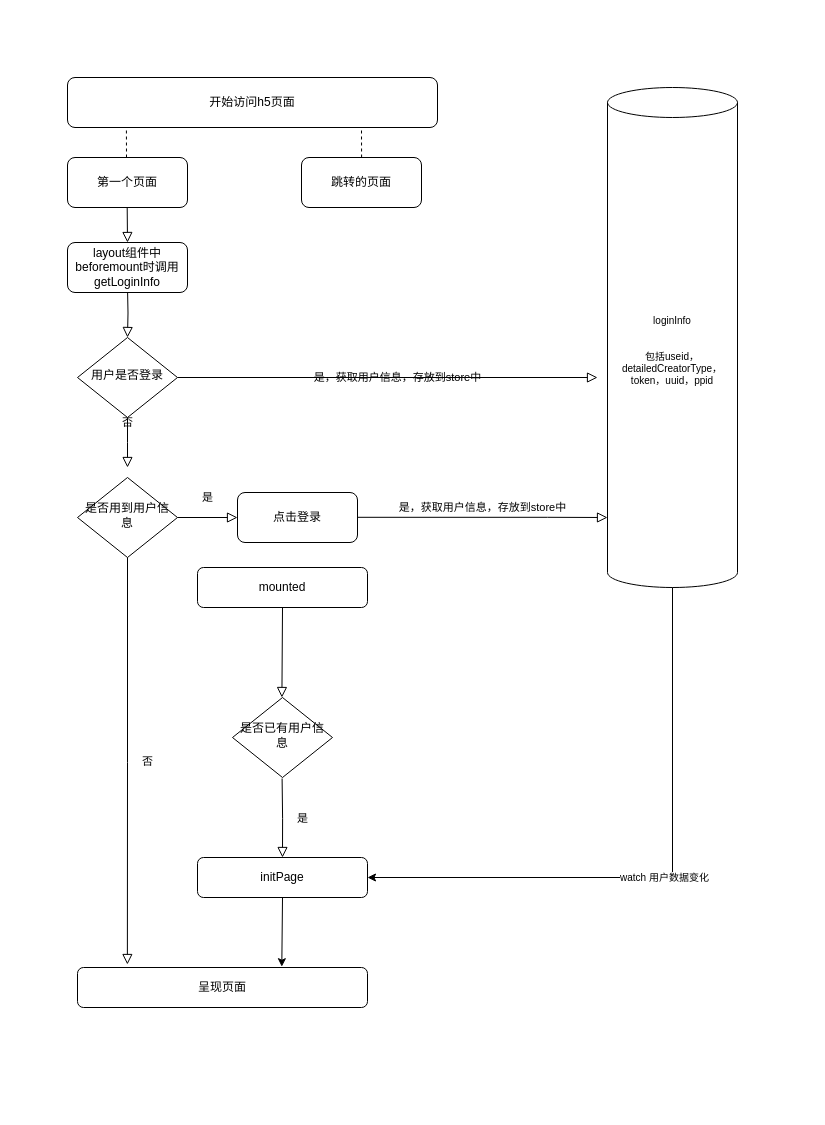
The draw.io diagram 用户信息获取1.0.drawio in pipu11qiao/online-graph, before the edit. Source tidied: cells renumbered, new cells numbered last; positions are measured from the earlier drawing's top-left corner, leaving out a move shared by most shapes. Both pictures are drawn from the tidied source at 100%, with x=0, y=0 at pixel (67, 77).
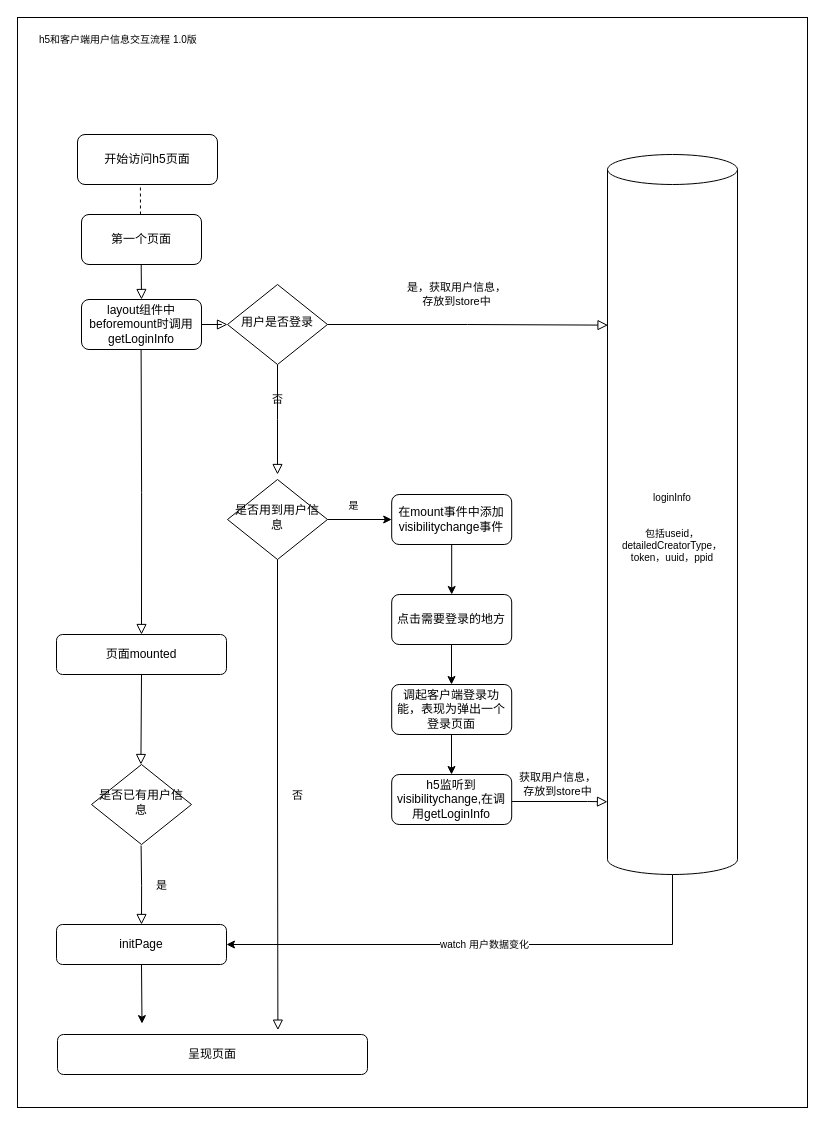
Above is the later version.

Commit message (it also covers changes not shown here):
更新用户信息获取1.0.drawio

Change to the diagram source:
```diff
@@
+    <mxCell id="27" value="h5和客户端用户信息交互流程 1.0版" style="rounded=0;whiteSpace=wrap;html=1;fontSize=10;align=left;verticalAlign=top;spacingTop=10;spacingLeft=20;" parent="1" vertex="1">
+      <mxGeometry x="-50" y="-60" width="790" height="1090" as="geometry" />
+    </mxCell>
-    <mxCell id="2" style="rounded=0;html=1;jettySize=auto;fontSize=11;endArrow=block;endFill=0;endSize=8;strokeWidth=1;shadow=0;labelBackgroundColor=none;edgeStyle=orthogonalEdgeStyle;" parent="1" edge="1" target="5">
-      <mxGeometry relative="1" as="geometry">
-        <mxPoint x="60" y="210" as="sourcePoint" />
-      </mxGeometry>
+    <mxCell id="2" style="rounded=0;html=1;jettySize=auto;fontSize=11;endArrow=block;endFill=0;endSize=8;strokeWidth=1;shadow=0;labelBackgroundColor=none;edgeStyle=orthogonalEdgeStyle;exitX=1;exitY=0.5;exitDx=0;exitDy=0;" parent="1" edge="1" source="13" target="5">
+      <mxGeometry relative="1" as="geometry" />
     </mxCell>
-    <mxCell id="3" value="否" style="rounded=0;html=1;jettySize=auto;fontSize=11;endArrow=block;endFill=0;endSize=8;strokeWidth=1;shadow=0;labelBackgroundColor=none;edgeStyle=orthogonalEdgeStyle;" parent="1" edge="1" source="5">
+    <mxCell id="3" value="否" style="rounded=0;html=1;jettySize=auto;fontSize=11;endArrow=block;endFill=0;endSize=8;strokeWidth=1;shadow=0;labelBackgroundColor=none;edgeStyle=orthogonalEdgeStyle;exitX=0.5;exitY=1;exitDx=0;exitDy=0;" parent="1" edge="1" source="5">
       <mxGeometry y="20" relative="1" as="geometry">
-        <mxPoint x="60" y="390" as="targetPoint" />
+        <mxPoint x="210" y="397" as="targetPoint" />
       </mxGeometry>
     </mxCell>
-    <mxCell id="4" value="是，获取用户信息，存放到store中" style="edgeStyle=orthogonalEdgeStyle;rounded=0;html=1;jettySize=auto;fontSize=11;endArrow=block;endFill=0;endSize=8;strokeWidth=1;shadow=0;labelBackgroundColor=none;" parent="1" edge="1" source="5">
-      <mxGeometry y="10" relative="1" as="geometry">
-        <mxPoint x="530" y="300" as="targetPoint" />
-      </mxGeometry>
+    <mxCell id="4" value="是，获取用户信息，&lt;br&gt;存放到store中" style="edgeStyle=orthogonalEdgeStyle;rounded=0;html=1;jettySize=auto;fontSize=11;endArrow=block;endFill=0;endSize=8;strokeWidth=1;shadow=0;labelBackgroundColor=none;entryX=0.004;entryY=0.237;entryDx=0;entryDy=0;entryPerimeter=0;" parent="1" edge="1" source="5" target="10">
+      <mxGeometry x="-0.08" y="30" relative="1" as="geometry" />
     </mxCell>
     <mxCell id="5" value="用户是否登录" style="rhombus;whiteSpace=wrap;html=1;shadow=0;fontFamily=Helvetica;fontSize=12;align=center;strokeWidth=1;spacing=6;spacingTop=-4;" parent="1" vertex="1">
-      <mxGeometry x="10" y="260" width="100" height="80" as="geometry" />
+      <mxGeometry x="160" y="207" width="100" height="80" as="geometry" />
     </mxCell>
     <mxCell id="6" value="initPage" style="rounded=1;whiteSpace=wrap;html=1;fontSize=12;glass=0;strokeWidth=1;shadow=0;" parent="1" vertex="1">
-      <mxGeometry x="130" y="780" width="170" height="40" as="geometry" />
+      <mxGeometry x="-11" y="847" width="170" height="40" as="geometry" />
     </mxCell>
     <mxCell id="7" value="第一个页面" style="rounded=1;whiteSpace=wrap;html=1;" parent="1" vertex="1">
-      <mxGeometry y="80" width="120" height="50" as="geometry" />
+      <mxGeometry x="14" y="137" width="120" height="50" as="geometry" />
     </mxCell>
     <mxCell id="8" value="开始访问h5页面" style="rounded=1;whiteSpace=wrap;html=1;" parent="1" vertex="1">
-      <mxGeometry width="370" height="50" as="geometry" />
+      <mxGeometry x="10" y="57" width="140" height="50" as="geometry" />
     </mxCell>
-    <mxCell id="9" value="跳转的页面" style="rounded=1;whiteSpace=wrap;html=1;" parent="1" vertex="1">
-      <mxGeometry x="234" y="80" width="120" height="50" as="geometry" />
-    </mxCell>
     <mxCell id="10" value="loginInfo&#10;&#10;&#10;包括useid，detailedCreatorType，token，uuid，ppid" style="shape=cylinder3;boundedLbl=1;backgroundOutline=1;size=15;whiteSpace=wrap;fontSize=10;" parent="1" vertex="1">
-      <mxGeometry x="540" y="10" width="130" height="500" as="geometry" />
+      <mxGeometry x="540" y="77" width="130" height="720" as="geometry" />
     </mxCell>
     <mxCell id="11" style="endArrow=none;dashed=1;html=1;rounded=0;entryX=0.161;entryY=1;entryDx=0;entryDy=0;entryPerimeter=0;exitX=0.417;exitY=0;exitDx=0;exitDy=0;exitPerimeter=0;" parent="1" edge="1">
       <mxGeometry relative="1" as="geometry">
-        <mxPoint x="59" y="80" as="sourcePoint" />
-        <mxPoint x="58.9" y="50" as="targetPoint" />
+        <mxPoint x="73" y="137" as="sourcePoint" />
+        <mxPoint x="72.9" y="107" as="targetPoint" />
       </mxGeometry>
     </mxCell>
-    <mxCell id="12" style="endArrow=none;dashed=1;html=1;rounded=0;entryX=0.161;entryY=1;entryDx=0;entryDy=0;entryPerimeter=0;exitX=0.417;exitY=0;exitDx=0;exitDy=0;exitPerimeter=0;" parent="1" edge="1">
-      <mxGeometry relative="1" as="geometry">
-        <mxPoint x="294.1" y="80" as="sourcePoint" />
-        <mxPoint x="294" y="50" as="targetPoint" />
-      </mxGeometry>
-    </mxCell>
     <mxCell id="13" value="layout组件中beforemount时调用getLoginInfo" style="rounded=1;whiteSpace=wrap;html=1;" parent="1" vertex="1">
-      <mxGeometry y="165" width="120" height="50" as="geometry" />
+      <mxGeometry x="14" y="222" width="120" height="50" as="geometry" />
     </mxCell>
     <mxCell id="14" style="rounded=0;html=1;jettySize=auto;fontSize=11;endArrow=block;endFill=0;endSize=8;strokeWidth=1;shadow=0;labelBackgroundColor=none;edgeStyle=orthogonalEdgeStyle;entryX=0.5;entryY=0;entryDx=0;entryDy=0;" parent="1" edge="1" target="13">
       <mxGeometry relative="1" as="geometry">
-        <mxPoint x="59.7" y="130" as="sourcePoint" />
+        <mxPoint x="73.7" y="187" as="sourcePoint" />
       </mxGeometry>
     </mxCell>
     <mxCell id="15" value="watch 用户数据变化" style="endArrow=classic;html=1;rounded=0;fontSize=10;exitX=0.5;exitY=1;exitDx=0;exitDy=0;exitPerimeter=0;entryX=1;entryY=0.5;entryDx=0;entryDy=0;" parent="1" edge="1" source="10" target="6">
       <mxGeometry relative="1" as="geometry">
         <Array as="points">
-          <mxPoint x="605" y="800" />
+          <mxPoint x="605" y="867" />
         </Array>
       </mxGeometry>
     </mxCell>
     <mxCell id="16" value="呈现页面" style="rounded=1;whiteSpace=wrap;html=1;fontSize=12;glass=0;strokeWidth=1;shadow=0;" parent="1" vertex="1">
-      <mxGeometry x="10" y="890" width="290" height="40" as="geometry" />
+      <mxGeometry x="-10" y="957" width="310" height="40" as="geometry" />
     </mxCell>
-    <mxCell id="17" style="endArrow=classic;html=1;rounded=0;fontSize=10;exitX=0.5;exitY=1;exitDx=0;exitDy=0;entryX=0.291;entryY=-0.019;entryDx=0;entryDy=0;entryPerimeter=0;" parent="1" edge="1" source="6">
+    <mxCell id="17" style="endArrow=classic;html=1;rounded=0;fontSize=10;exitX=0.5;exitY=1;exitDx=0;exitDy=0;entryX=0.481;entryY=-0.022;entryDx=0;entryDy=0;entryPerimeter=0;" parent="1" edge="1" source="6">
       <mxGeometry relative="1" as="geometry">
-        <mxPoint x="214.3" y="889.2" as="targetPoint" />
+        <mxPoint x="74.5" y="946.1" as="targetPoint" />
       </mxGeometry>
     </mxCell>
-    <mxCell id="18" value="是否用到用户信息" style="rhombus;whiteSpace=wrap;html=1;shadow=0;fontFamily=Helvetica;fontSize=12;align=center;strokeWidth=1;spacing=6;spacingTop=-4;" parent="1" vertex="1">
-      <mxGeometry x="10" y="400" width="100" height="80" as="geometry" />
+    <mxCell id="18" value="是否用到用户信息" style="rhombus;shadow=0;fontFamily=Helvetica;fontSize=12;align=center;strokeWidth=1;spacing=6;spacingTop=-4;whiteSpace=wrap;" parent="1" vertex="1">
+      <mxGeometry x="160" y="402" width="100" height="80" as="geometry" />
     </mxCell>
-    <mxCell id="19" value="否" style="rounded=0;html=1;jettySize=auto;fontSize=11;endArrow=block;endFill=0;endSize=8;strokeWidth=1;shadow=0;labelBackgroundColor=none;edgeStyle=orthogonalEdgeStyle;exitX=0.5;exitY=1;exitDx=0;exitDy=0;entryX=0.172;entryY=-0.075;entryDx=0;entryDy=0;entryPerimeter=0;" parent="1" edge="1" source="18" target="16">
-      <mxGeometry y="20" relative="1" as="geometry" />
-    </mxCell>
-    <mxCell id="20" value="是" style="rounded=0;html=1;jettySize=auto;orthogonalLoop=1;fontSize=11;endArrow=block;endFill=0;endSize=8;strokeWidth=1;shadow=0;labelBackgroundColor=none;edgeStyle=orthogonalEdgeStyle;" parent="1" edge="1">
-      <mxGeometry y="20" relative="1" as="geometry">
-        <mxPoint x="110" y="440" as="sourcePoint" />
-        <mxPoint x="170" y="440" as="targetPoint" />
-      </mxGeometry>
+    <mxCell id="20" value="否" style="rounded=0;html=1;jettySize=auto;fontSize=11;endArrow=block;endFill=0;endSize=8;strokeWidth=1;shadow=0;labelBackgroundColor=none;edgeStyle=orthogonalEdgeStyle;exitX=0.5;exitY=1;exitDx=0;exitDy=0;entryX=0.711;entryY=-0.109;entryDx=0;entryDy=0;entryPerimeter=0;" parent="1" edge="1" source="18" target="16">
+      <mxGeometry y="20" relative="1" as="geometry" />
     </mxCell>
-    <mxCell id="21" value="点击登录" style="rounded=1;whiteSpace=wrap;html=1;" parent="1" vertex="1">
-      <mxGeometry x="170" y="415" width="120" height="50" as="geometry" />
+    <mxCell id="21" value="在mount事件中添加&lt;br&gt;visibilitychange事件" style="rounded=1;whiteSpace=wrap;html=1;" parent="1" vertex="1">
+      <mxGeometry x="324.2" y="417" width="120" height="50" as="geometry" />
     </mxCell>
-    <mxCell id="22" value="是，获取用户信息，存放到store中" style="edgeStyle=orthogonalEdgeStyle;rounded=0;html=1;jettySize=auto;orthogonalLoop=1;fontSize=11;endArrow=block;endFill=0;endSize=8;strokeWidth=1;shadow=0;labelBackgroundColor=none;" parent="1" edge="1">
-      <mxGeometry y="10" relative="1" as="geometry">
-        <mxPoint x="290" y="439.8" as="sourcePoint" />
-        <mxPoint x="540" y="440" as="targetPoint" />
+    <mxCell id="22" value="获取用户信息，&lt;br&gt;存放到store中" style="edgeStyle=orthogonalEdgeStyle;rounded=0;html=1;jettySize=auto;fontSize=11;endArrow=block;endFill=0;endSize=8;strokeWidth=1;shadow=0;labelBackgroundColor=none;spacing=7;entryX=0;entryY=0.899;entryDx=0;entryDy=0;entryPerimeter=0;" parent="1" edge="1" target="10">
+      <mxGeometry x="-0.04" y="17" relative="1" as="geometry">
+        <mxPoint x="444.2" y="724" as="sourcePoint" />
         <Array as="points">
-          <mxPoint x="480" y="440" />
-          <mxPoint x="480" y="440" />
+          <mxPoint x="520" y="724" />
         </Array>
       </mxGeometry>
     </mxCell>
-    <mxCell id="23" value="mounted" style="rounded=1;whiteSpace=wrap;html=1;fontSize=12;glass=0;strokeWidth=1;shadow=0;" parent="1" vertex="1">
-      <mxGeometry x="130" y="490" width="170" height="40" as="geometry" />
+    <mxCell id="23" value="页面mounted" style="rounded=1;whiteSpace=wrap;html=1;fontSize=12;glass=0;strokeWidth=1;shadow=0;" parent="1" vertex="1">
+      <mxGeometry x="-11" y="557" width="170" height="40" as="geometry" />
     </mxCell>
     <mxCell id="24" value="是否已有用户信息" style="rhombus;whiteSpace=wrap;html=1;shadow=0;fontFamily=Helvetica;fontSize=12;align=center;strokeWidth=1;spacing=6;spacingTop=-4;" parent="1" vertex="1">
-      <mxGeometry x="165" y="620" width="100" height="80" as="geometry" />
+      <mxGeometry x="24" y="687" width="100" height="80" as="geometry" />
     </mxCell>
     <mxCell id="25" value="是" style="rounded=0;html=1;jettySize=auto;fontSize=11;endArrow=block;endFill=0;endSize=8;strokeWidth=1;shadow=0;labelBackgroundColor=none;edgeStyle=orthogonalEdgeStyle;entryX=0.5;entryY=0;entryDx=0;entryDy=0;" parent="1" edge="1" target="6">
       <mxGeometry y="20" relative="1" as="geometry">
-        <mxPoint x="214.6" y="701" as="sourcePoint" />
+        <mxPoint x="73.6" y="768" as="sourcePoint" />
       </mxGeometry>
     </mxCell>
     <mxCell id="26" style="rounded=0;html=1;jettySize=auto;fontSize=11;endArrow=block;endFill=0;endSize=8;strokeWidth=1;shadow=0;labelBackgroundColor=none;edgeStyle=orthogonalEdgeStyle;entryX=0.5;entryY=0;entryDx=0;entryDy=0;exitX=0.5;exitY=1;exitDx=0;exitDy=0;" parent="1" edge="1" source="23">
       <mxGeometry y="20" relative="1" as="geometry">
-        <mxPoint x="214.4" y="620" as="targetPoint" />
+        <mxPoint x="73.4" y="687" as="targetPoint" />
         <Array as="points">
-          <mxPoint x="214" y="530" />
+          <mxPoint x="73" y="597" />
         </Array>
       </mxGeometry>
     </mxCell>
+    <mxCell id="28" style="rounded=0;html=1;jettySize=auto;fontSize=11;endArrow=block;endFill=0;endSize=8;strokeWidth=1;shadow=0;labelBackgroundColor=none;edgeStyle=orthogonalEdgeStyle;entryX=0.5;entryY=0;entryDx=0;entryDy=0;" parent="1" edge="1" target="23">
+      <mxGeometry y="20" relative="1" as="geometry">
+        <mxPoint x="73.6" y="272" as="sourcePoint" />
+      </mxGeometry>
+    </mxCell>
+    <mxCell id="29" style="endArrow=classic;html=1;rounded=0;fontSize=10;exitX=1;exitY=0.5;exitDx=0;exitDy=0;entryX=0;entryY=0.5;entryDx=0;entryDy=0;" parent="1" edge="1" source="18" target="21">
+      <mxGeometry relative="1" as="geometry" />
+    </mxCell>
+    <mxCell id="30" value="是" style="edgeLabel;html=1;align=center;verticalAlign=middle;fontSize=10;" parent="29" vertex="1">
+      <mxGeometry x="-0.21" y="-1" relative="1" as="geometry">
+        <mxPoint y="-16" as="offset" />
+      </mxGeometry>
+    </mxCell>
+    <mxCell id="31" value="调起客户端登录功能，表现为弹出一个登录页面" style="rounded=1;whiteSpace=wrap;html=1;" parent="1" vertex="1">
+      <mxGeometry x="324.2" y="607" width="120" height="50" as="geometry" />
+    </mxCell>
+    <mxCell id="32" value="h5监听到visibilitychange,在调用getLoginInfo" style="rounded=1;whiteSpace=wrap;html=1;" parent="1" vertex="1">
+      <mxGeometry x="324.2" y="697" width="120" height="50" as="geometry" />
+    </mxCell>
+    <mxCell id="33" value="点击需要登录的地方" style="rounded=1;whiteSpace=wrap;html=1;" parent="1" vertex="1">
+      <mxGeometry x="324.2" y="517" width="120" height="50" as="geometry" />
+    </mxCell>
+    <mxCell id="34" style="endArrow=classic;html=1;rounded=0;fontSize=10;exitX=0.5;exitY=1;exitDx=0;exitDy=0;entryX=0.5;entryY=0;entryDx=0;entryDy=0;" parent="1" edge="1" source="21" target="33">
+      <mxGeometry relative="1" as="geometry" />
+    </mxCell>
+    <mxCell id="35" style="endArrow=classic;html=1;rounded=0;fontSize=10;exitX=0.5;exitY=1;exitDx=0;exitDy=0;" parent="1" edge="1">
+      <mxGeometry relative="1" as="geometry">
+        <mxPoint x="384" y="567" as="sourcePoint" />
+        <mxPoint x="384" y="607" as="targetPoint" />
+      </mxGeometry>
+    </mxCell>
+    <mxCell id="36" style="endArrow=classic;html=1;rounded=0;fontSize=10;exitX=0.5;exitY=1;exitDx=0;exitDy=0;" parent="1" edge="1">
+      <mxGeometry relative="1" as="geometry">
+        <mxPoint x="384" y="657" as="sourcePoint" />
+        <mxPoint x="384" y="697" as="targetPoint" />
+      </mxGeometry>
+    </mxCell>
```
